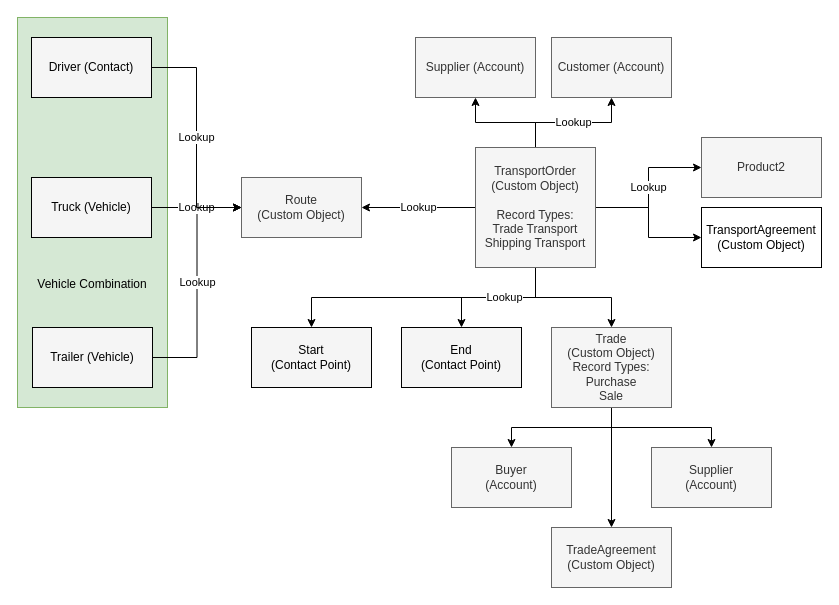
Before: 20211102_RhenusDataModel.drawio in GerkeBF/GerkeBF.github.io, a draw.io diagram. Source tidied: cells renumbered, new cells numbered last; positions are measured from the earlier drawing's top-left corner, leaving out a move shared by most shapes. Both pictures are drawn from the tidied source at 100%, with x=0, y=0 at pixel (17, 17).
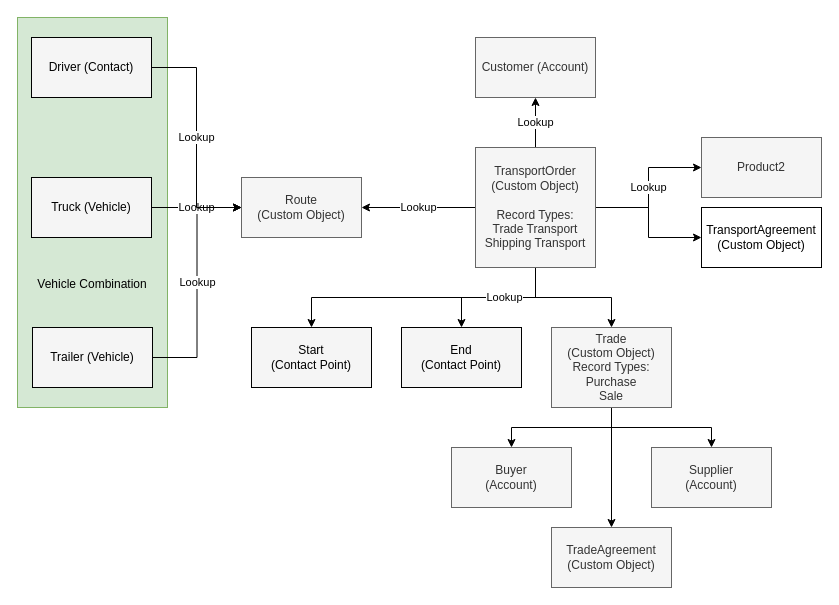
Above is the later version.

Unchanged cells that the change refers to:
```xml
<mxCell id="13" value="TransportOrder&lt;br&gt;(Custom Object)&lt;br&gt;&lt;br&gt;Record Types:&lt;br&gt;Trade Transport&lt;br&gt;Shipping Transport&lt;br&gt;" style="rounded=0;whiteSpace=wrap;html=1;fillColor=#f5f5f5;fontColor=#333333;strokeColor=#666666;" parent="1" vertex="1">
  <mxGeometry x="458" y="130" width="120" height="120" as="geometry" />
</mxCell>
```

The edit, as a diff of the source:
```diff
@@
     <mxCell id="5" value="Customer (Account)" style="rounded=0;whiteSpace=wrap;html=1;fillColor=#f5f5f5;fontColor=#333333;strokeColor=#666666;" parent="1" vertex="1">
-      <mxGeometry x="534" y="20" width="120" height="60" as="geometry" />
+      <mxGeometry x="458" y="20" width="120" height="60" as="geometry" />
     </mxCell>
@@
-    <mxCell id="10" style="edgeStyle=orthogonalEdgeStyle;rounded=0;jettySize=auto;html=1;exitX=0.5;exitY=0;exitDx=0;exitDy=0;entryX=0.5;entryY=1;entryDx=0;entryDy=0;" parent="1" edge="1" source="13" target="23">
-      <mxGeometry relative="1" as="geometry" />
-    </mxCell>
@@
-    <mxCell id="23" value="Supplier (Account)" style="rounded=0;whiteSpace=wrap;html=1;fillColor=#f5f5f5;fontColor=#333333;strokeColor=#666666;" parent="1" vertex="1">
-      <mxGeometry x="398" y="20" width="120" height="60" as="geometry" />
-    </mxCell>
```
